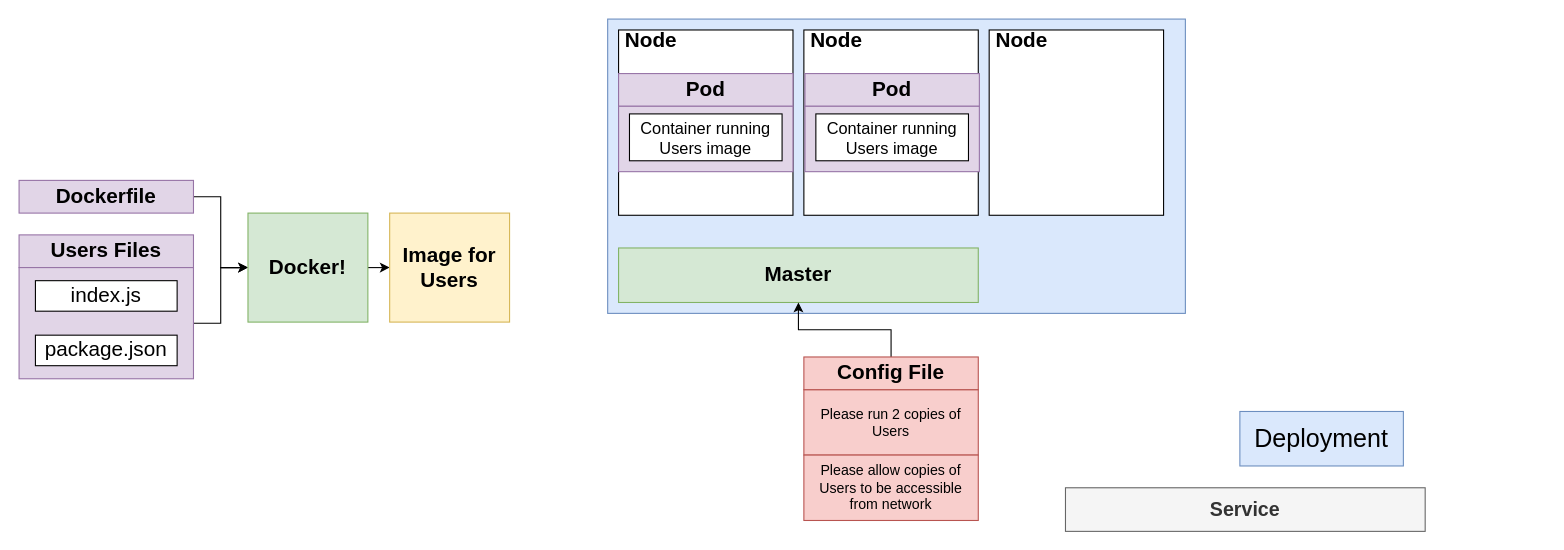
Above: page "Page-10" (10 of 14) of diagrams/01/04.drawio in AK-SoloQ/microservices-casts (draw.io), before the change. Source tidied: cells renumbered, new cells numbered last; positions are measured from the earlier drawing's top-left corner, leaving out a move shared by most shapes. Both pictures are drawn from the tidied source at 109%, with x=0, y=0 at pixel (19, 19).
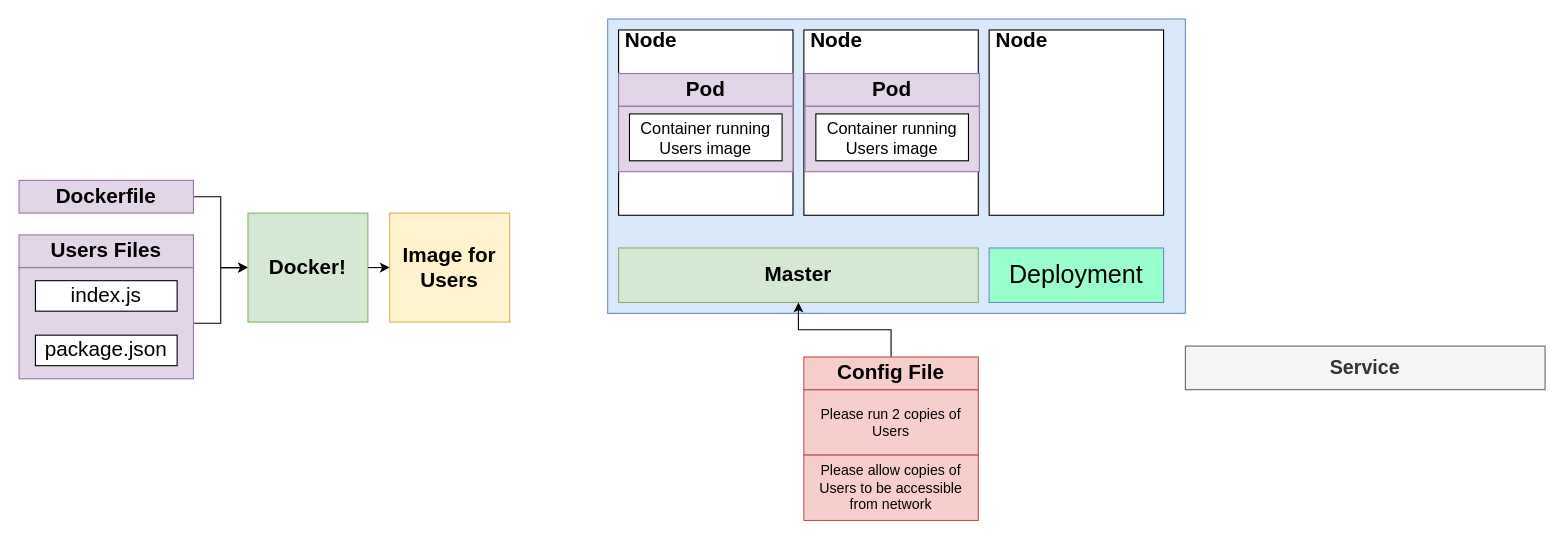
After the change.

What changed in the source:
```diff
@@
     <mxCell id="27" value="Service" style="rounded=0;whiteSpace=wrap;html=1;fontSize=18;fontColor=#333333;align=center;fillColor=#f5f5f5;strokeColor=#666666;fontStyle=1;" parent="1" vertex="1">
-      <mxGeometry x="960" y="430" width="330" height="40" as="geometry" />
+      <mxGeometry x="1070" y="300" width="330" height="40" as="geometry" />
     </mxCell>
-    <mxCell id="28" value="Deployment" style="rounded=0;whiteSpace=wrap;html=1;fontSize=23;align=center;fillColor=#dae8fc;strokeColor=#6c8ebf;" parent="1" vertex="1">
-      <mxGeometry x="1120" y="360" width="150" height="50" as="geometry" />
+    <mxCell id="28" value="Deployment" style="rounded=0;whiteSpace=wrap;html=1;fontSize=23;align=center;strokeColor=#6c8ebf;fillColor=#99FFCC;" parent="1" vertex="1">
+      <mxGeometry x="890" y="210" width="160" height="50" as="geometry" />
     </mxCell>
```
